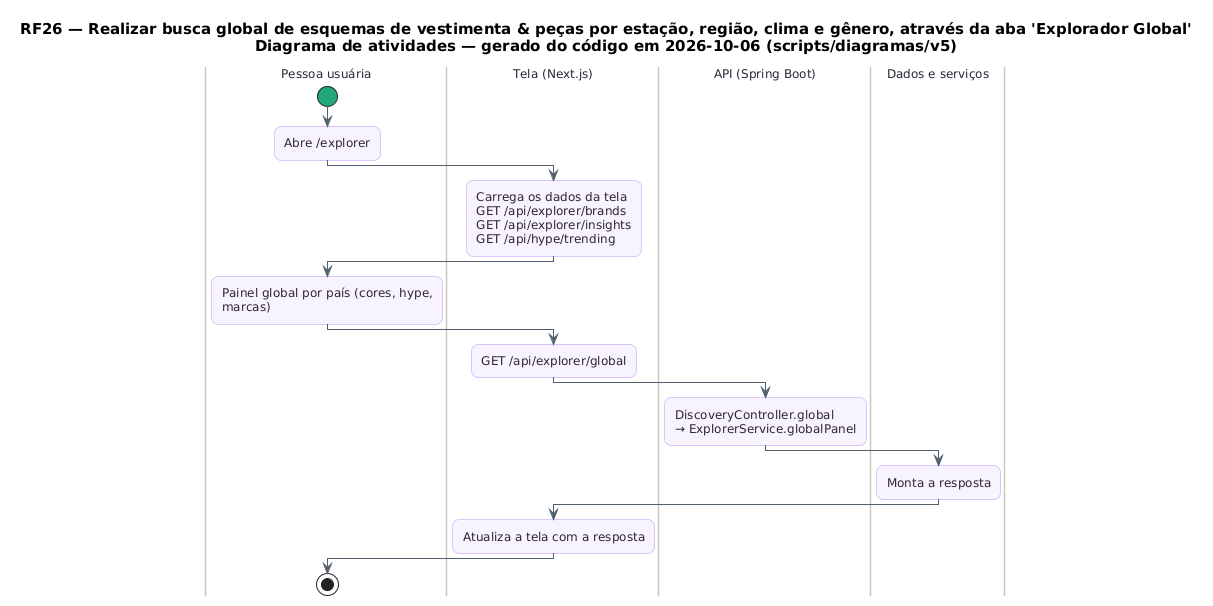
Before: docs/diagramas/RF26/RF26_Atividades.png, a diagram exported from PlantUML (MatheusHaliski/tcc-2026-fashion-ai-backend).
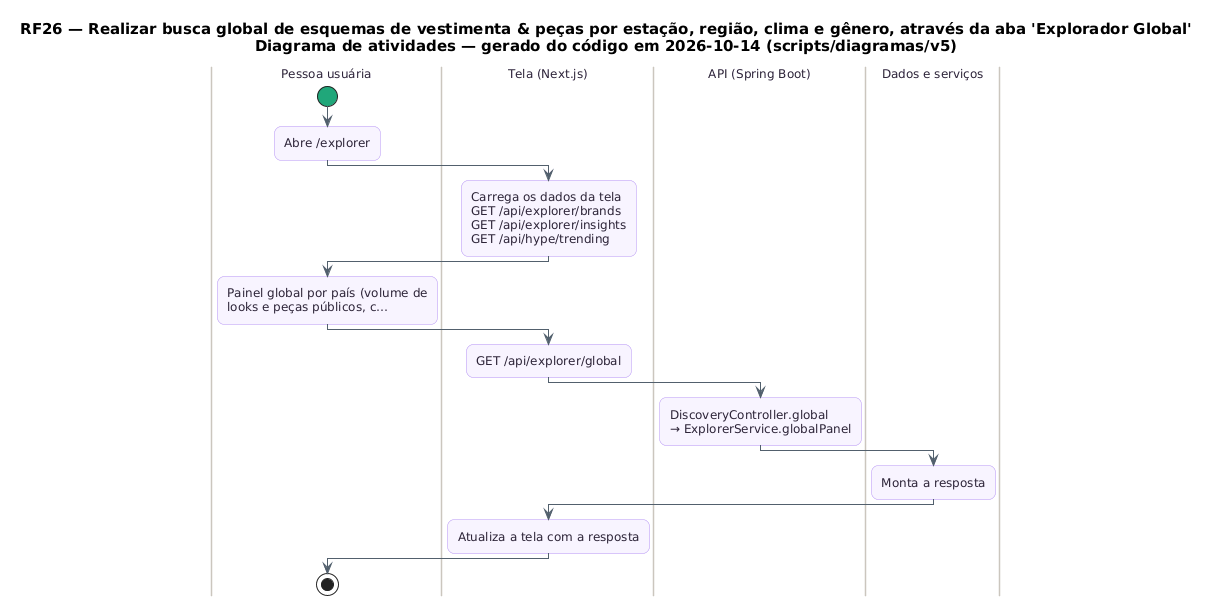
After the commit.

Diff of the diagram source:
```diff
@@ -24,7 +24,7 @@
   BorderColor #CBC6BE
   TitleFontColor #2D2438
 }
-title RF26 — Realizar busca global de esquemas de vestimenta & peças por estação, região, clima e gênero, através da aba 'Explorador Global'\nDiagrama de atividades — gerado do código em 2026-10-06 (scripts/diagramas/v5)
+title RF26 — Realizar busca global de esquemas de vestimenta & peças por estação, região, clima e gênero, através da aba 'Explorador Global'\nDiagrama de atividades — gerado do código em 2026-10-14 (scripts/diagramas/v5)
 
 |Pessoa usuária|
 start
@@ -32,7 +32,7 @@
 |Tela (Next.js)|
 :Carrega os dados da tela\nGET /api/explorer/brands\nGET /api/explorer/insights\nGET /api/hype/trending;
 |Pessoa usuária|
-:Painel global por país (cores, hype,\nmarcas);
+:Painel global por país (volume de\nlooks e peças públicos, c…;
 |Tela (Next.js)|
 :GET /api/explorer/global;
 |API (Spring Boot)|
```
